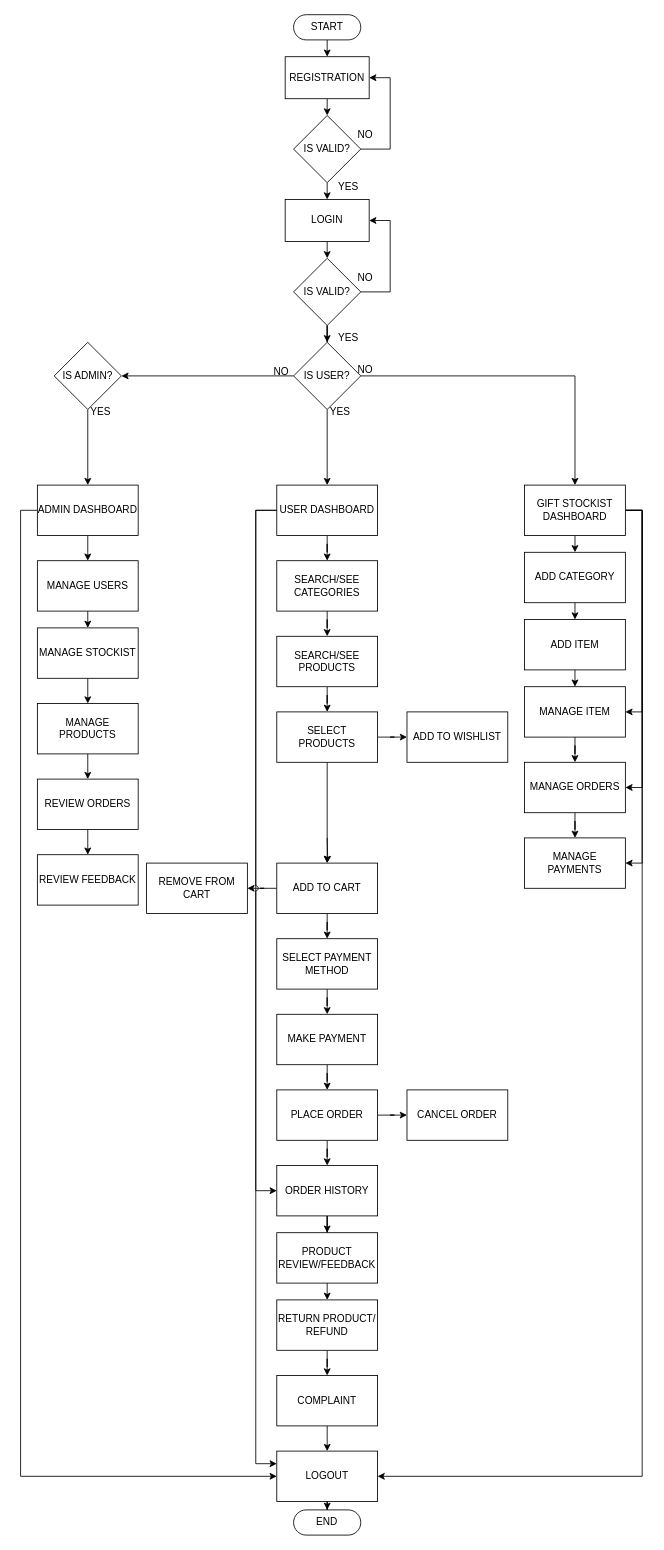
Earlier version of the draw.io diagram page "Flow Chart" (1 of 9) of Usecase userside.drawio (panchalbhavya2210/gift_documentation). Source tidied: cells renumbered, new cells numbered last; positions are measured from the earlier drawing's top-left corner, leaving out a move shared by most shapes. Both pictures are drawn from the tidied source at 84%, with x=0, y=0 at pixel (37, 14).
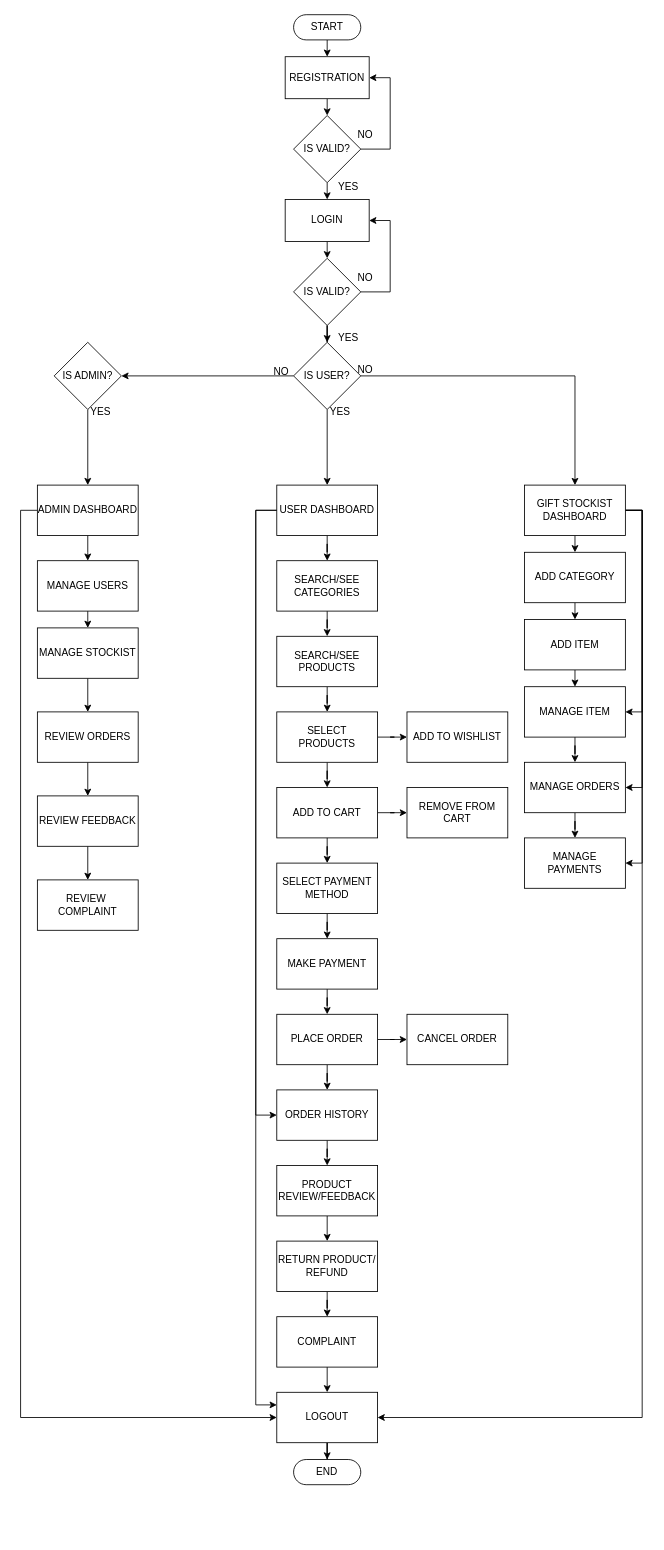
Above is the later version.

The change refers to these unchanged cells:
```xml
<mxCell id="37" value="USER DASHBOARD" style="whiteSpace=wrap;html=1;" parent="1" vertex="1">
  <mxGeometry x="285" y="560" width="120" height="60" as="geometry" />
</mxCell>
<mxCell id="81" value="MANAGE STOCKIST" style="whiteSpace=wrap;html=1;" parent="1" vertex="1">
  <mxGeometry y="730" width="120" height="60" as="geometry" />
</mxCell>
```

Diff of the diagram source:
```diff
@@
     <mxCell id="36" style="edgeStyle=orthogonalEdgeStyle;rounded=0;jettySize=auto;html=1;exitX=0;exitY=0.5;exitDx=0;exitDy=0;entryX=0;entryY=0.25;entryDx=0;entryDy=0;" parent="1" edge="1" source="37" target="67">
       <mxGeometry relative="1" as="geometry">
         <Array as="points">
           <mxPoint x="260" y="590" />
-          <mxPoint x="260" y="1725" />
+          <mxPoint x="260" y="1655" />
         </Array>
       </mxGeometry>
     </mxCell>
@@
     <mxCell id="50" value="ADD TO CART" style="whiteSpace=wrap;html=1;" parent="1" vertex="1">
-      <mxGeometry x="285" y="1010" width="120" height="60" as="geometry" />
+      <mxGeometry x="285" y="920" width="120" height="60" as="geometry" />
     </mxCell>
     <mxCell id="51" value="REMOVE FROM CART" style="whiteSpace=wrap;html=1;" parent="1" vertex="1">
-      <mxGeometry x="130" y="1010" width="120" height="60" as="geometry" />
+      <mxGeometry x="440" y="920" width="120" height="60" as="geometry" />
     </mxCell>
@@
     <mxCell id="54" value="SELECT PAYMENT METHOD" style="whiteSpace=wrap;html=1;" parent="1" vertex="1">
-      <mxGeometry x="285" y="1100" width="120" height="60" as="geometry" />
+      <mxGeometry x="285" y="1010" width="120" height="60" as="geometry" />
     </mxCell>
@@
     <mxCell id="56" value="MAKE PAYMENT" style="whiteSpace=wrap;html=1;" parent="1" vertex="1">
-      <mxGeometry x="285" y="1190" width="120" height="60" as="geometry" />
+      <mxGeometry x="285" y="1100" width="120" height="60" as="geometry" />
     </mxCell>
@@
     <mxCell id="59" value="PLACE ORDER" style="whiteSpace=wrap;html=1;" parent="1" vertex="1">
-      <mxGeometry x="285" y="1280" width="120" height="60" as="geometry" />
+      <mxGeometry x="285" y="1190" width="120" height="60" as="geometry" />
     </mxCell>
     <mxCell id="60" value="CANCEL ORDER" style="whiteSpace=wrap;html=1;" parent="1" vertex="1">
-      <mxGeometry x="440" y="1280" width="120" height="60" as="geometry" />
+      <mxGeometry x="440" y="1190" width="120" height="60" as="geometry" />
     </mxCell>
     <mxCell id="61" style="edgeStyle=orthogonalEdgeStyle;rounded=0;jettySize=auto;html=1;exitX=0;exitY=0.5;exitDx=0;exitDy=0;entryX=0;entryY=0.5;entryDx=0;entryDy=0;jumpStyle=arc;" parent="1" edge="1" source="37" target="63">
       <mxGeometry relative="1" as="geometry">
         <Array as="points">
           <mxPoint x="260" y="590" />
-          <mxPoint x="260" y="1400" />
+          <mxPoint x="260" y="1310" />
         </Array>
       </mxGeometry>
     </mxCell>
@@
     <mxCell id="63" value="ORDER HISTORY" style="whiteSpace=wrap;html=1;" parent="1" vertex="1">
-      <mxGeometry x="285" y="1370" width="120" height="60" as="geometry" />
+      <mxGeometry x="285" y="1280" width="120" height="60" as="geometry" />
     </mxCell>
@@
     <mxCell id="65" value="RETURN PRODUCT/&lt;br&gt;REFUND" style="whiteSpace=wrap;html=1;" parent="1" vertex="1">
-      <mxGeometry x="285" y="1530" width="120" height="60" as="geometry" />
+      <mxGeometry x="285" y="1460" width="120" height="60" as="geometry" />
     </mxCell>
@@
     <mxCell id="67" value="LOGOUT" style="whiteSpace=wrap;html=1;" parent="1" vertex="1">
-      <mxGeometry x="285" y="1710" width="120" height="60" as="geometry" />
+      <mxGeometry x="285" y="1640" width="120" height="60" as="geometry" />
     </mxCell>
@@
     <mxCell id="69" value="PRODUCT REVIEW/FEEDBACK" style="whiteSpace=wrap;html=1;" parent="1" vertex="1">
-      <mxGeometry x="285" y="1450" width="120" height="60" as="geometry" />
+      <mxGeometry x="285" y="1370" width="120" height="60" as="geometry" />
     </mxCell>
     <mxCell id="70" value="END" style="html=1;dashed=0;whiteSpace=wrap;shape=mxgraph.dfd.start;" parent="1" vertex="1">
-      <mxGeometry x="305" y="1780" width="80" height="30" as="geometry" />
+      <mxGeometry x="305" y="1720" width="80" height="30" as="geometry" />
     </mxCell>
@@
-    <mxCell id="80" style="edgeStyle=orthogonalEdgeStyle;rounded=0;jettySize=auto;html=1;exitX=0.5;exitY=1;exitDx=0;exitDy=0;entryX=0.5;entryY=0;entryDx=0;entryDy=0;" parent="1" edge="1" source="81" target="83">
-      <mxGeometry relative="1" as="geometry" />
-    </mxCell>
+    <mxCell id="91" style="edgeStyle=orthogonalEdgeStyle;rounded=0;jettySize=auto;html=1;exitX=0.5;exitY=1;exitDx=0;exitDy=0;entryX=0.5;entryY=0;entryDx=0;entryDy=0;" parent="1" edge="1" source="81" target="85">
+      <mxGeometry relative="1" as="geometry" />
+    </mxCell>
@@
-    <mxCell id="82" style="edgeStyle=orthogonalEdgeStyle;rounded=0;jettySize=auto;html=1;exitX=0.5;exitY=1;exitDx=0;exitDy=0;entryX=0.5;entryY=0;entryDx=0;entryDy=0;" parent="1" edge="1" source="83" target="85">
-      <mxGeometry relative="1" as="geometry" />
-    </mxCell>
-    <mxCell id="83" value="MANAGE PRODUCTS" style="whiteSpace=wrap;html=1;" parent="1" vertex="1">
-      <mxGeometry y="820" width="120" height="60" as="geometry" />
-    </mxCell>
@@
     <mxCell id="85" value="REVIEW ORDERS" style="whiteSpace=wrap;html=1;" parent="1" vertex="1">
-      <mxGeometry y="910" width="120" height="60" as="geometry" />
+      <mxGeometry y="830" width="120" height="60" as="geometry" />
     </mxCell>
+    <mxCell id="92" style="edgeStyle=orthogonalEdgeStyle;rounded=0;jettySize=auto;html=1;" parent="1" edge="1" source="86" target="93">
+      <mxGeometry relative="1" as="geometry" />
+    </mxCell>
     <mxCell id="86" value="REVIEW FEEDBACK" style="whiteSpace=wrap;html=1;" parent="1" vertex="1">
-      <mxGeometry y="1000" width="120" height="60" as="geometry" />
+      <mxGeometry y="930" width="120" height="60" as="geometry" />
     </mxCell>
@@
     <mxCell id="88" value="COMPLAINT" style="whiteSpace=wrap;html=1;" parent="1" vertex="1">
-      <mxGeometry x="285" y="1620" width="120" height="60" as="geometry" />
+      <mxGeometry x="285" y="1550" width="120" height="60" as="geometry" />
     </mxCell>
@@
+    <mxCell id="93" value="REVIEW&amp;nbsp;&lt;br&gt;COMPLAINT" style="whiteSpace=wrap;html=1;" parent="1" vertex="1">
+      <mxGeometry y="1030" width="120" height="60" as="geometry" />
+    </mxCell>
```
